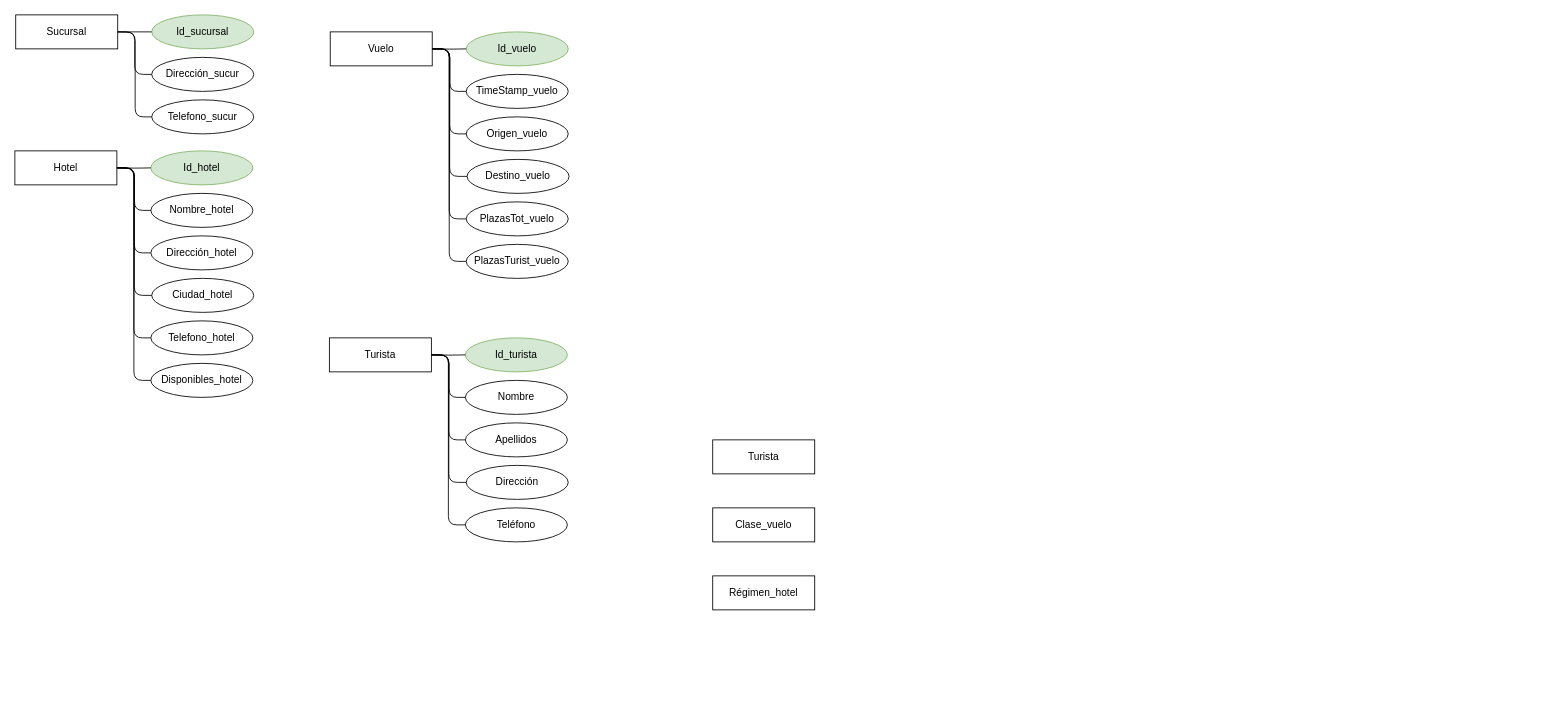
The draw.io diagram BBDD/TAREAS/TAREA 4/Tarea 4 .drawio in blascojavi/2019daw1, before the edit. Source tidied: cells renumbered, new cells numbered last; positions are measured from the earlier drawing's top-left corner, leaving out a move shared by most shapes. Both pictures are drawn from the tidied source at 85%, with x=0, y=0 at pixel (14, 14).
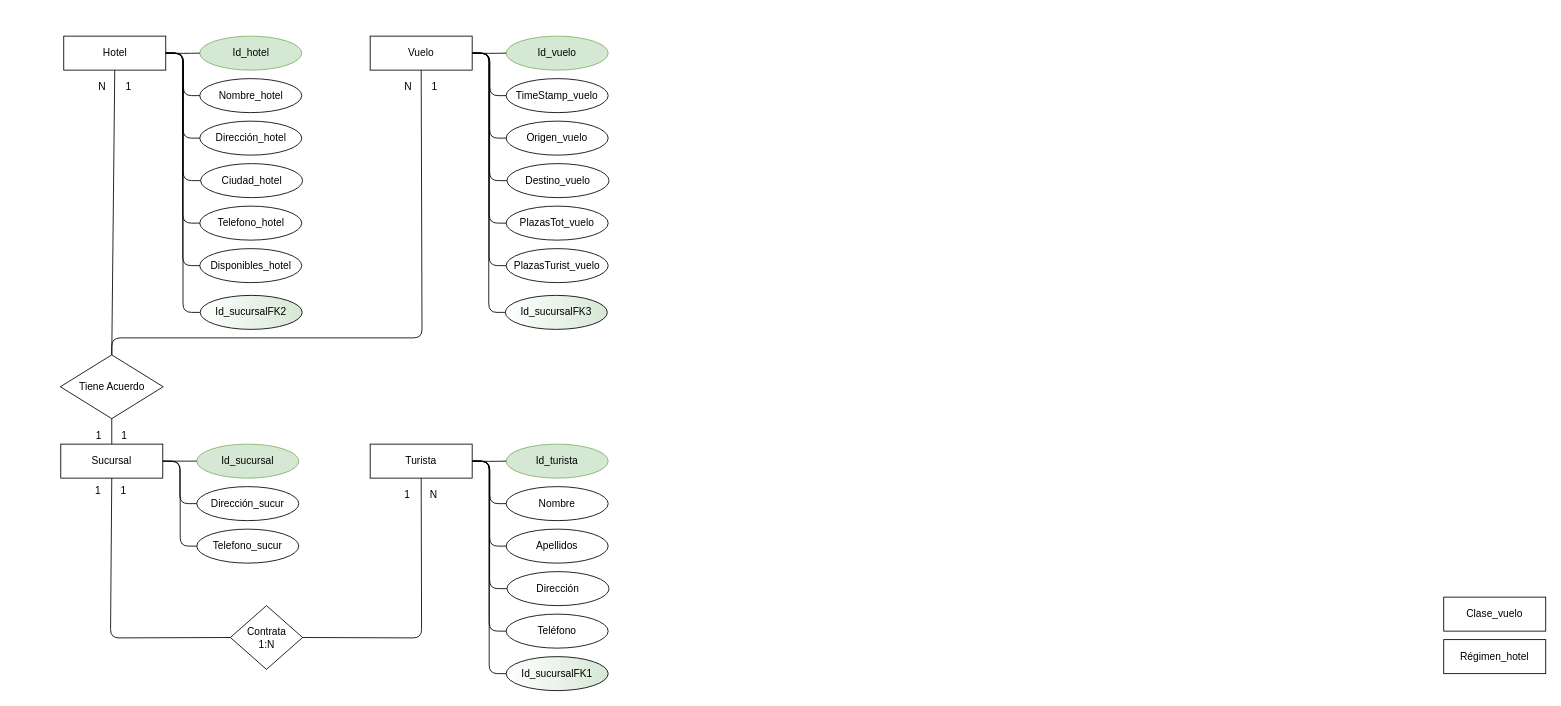
The same page after the edit.

Commit message:
Update continuando con relaciones Tarea 4 .drawio

Change to the diagram source:
```diff
@@
     <mxCell id="2" value="Sucursal" style="rounded=0;whiteSpace=wrap;html=1;" parent="1" vertex="1">
-      <mxGeometry x="1" width="120" height="40" as="geometry" />
+      <mxGeometry x="54" y="505" width="120" height="40" as="geometry" />
     </mxCell>
     <mxCell id="3" value="Hotel" style="rounded=0;whiteSpace=wrap;html=1;" parent="1" vertex="1">
-      <mxGeometry y="160" width="120" height="40" as="geometry" />
+      <mxGeometry x="57.5" y="25" width="120" height="40" as="geometry" />
     </mxCell>
-    <mxCell id="4" value="Turista" style="rounded=0;whiteSpace=wrap;html=1;" parent="1" vertex="1">
-      <mxGeometry x="821" y="500" width="120" height="40" as="geometry" />
-    </mxCell>
     <mxCell id="5" value="Clase_vuelo" style="rounded=0;whiteSpace=wrap;html=1;" parent="1" vertex="1">
-      <mxGeometry x="821" y="580" width="120" height="40" as="geometry" />
+      <mxGeometry x="1681" y="685" width="120" height="40" as="geometry" />
     </mxCell>
     <mxCell id="6" value="Régimen_hotel" style="rounded=0;whiteSpace=wrap;html=1;" parent="1" vertex="1">
-      <mxGeometry x="821" y="660" width="120" height="40" as="geometry" />
+      <mxGeometry x="1681" y="735" width="120" height="40" as="geometry" />
     </mxCell>
     <mxCell id="7" value="Id_sucursal" style="ellipse;whiteSpace=wrap;html=1;fillColor=#d5e8d4;strokeColor=#82b366;" parent="1" vertex="1">
-      <mxGeometry x="161" width="120" height="40" as="geometry" />
+      <mxGeometry x="214" y="505" width="120" height="40" as="geometry" />
     </mxCell>
     <mxCell id="8" value="Dirección_sucur" style="ellipse;whiteSpace=wrap;html=1;" parent="1" vertex="1">
-      <mxGeometry x="161" y="50" width="120" height="40" as="geometry" />
+      <mxGeometry x="214" y="555" width="120" height="40" as="geometry" />
     </mxCell>
     <mxCell id="9" value="Telefono_sucur" style="ellipse;whiteSpace=wrap;html=1;" parent="1" vertex="1">
-      <mxGeometry x="161" y="100" width="120" height="40" as="geometry" />
+      <mxGeometry x="214" y="605" width="120" height="40" as="geometry" />
     </mxCell>
@@
     <mxCell id="11" style="endArrow=none;html=1;edgeStyle=orthogonalEdgeStyle;entryX=0;entryY=0.5;entryDx=0;entryDy=0;" parent="1" edge="1" target="9">
       <mxGeometry relative="1" as="geometry">
-        <mxPoint x="121" y="20" as="sourcePoint" />
+        <mxPoint x="174" y="525" as="sourcePoint" />
       </mxGeometry>
     </mxCell>
@@
     <mxCell id="13" value="Id_hotel" style="ellipse;whiteSpace=wrap;html=1;fillColor=#d5e8d4;strokeColor=#82b366;" parent="1" vertex="1">
-      <mxGeometry x="160" y="160" width="120" height="40" as="geometry" />
+      <mxGeometry x="217.5" y="25" width="120" height="40" as="geometry" />
     </mxCell>
     <mxCell id="14" value="Nombre_hotel" style="ellipse;whiteSpace=wrap;html=1;" parent="1" vertex="1">
-      <mxGeometry x="160" y="210" width="120" height="40" as="geometry" />
+      <mxGeometry x="217.5" y="75" width="120" height="40" as="geometry" />
     </mxCell>
     <mxCell id="15" value="Dirección_hotel" style="ellipse;whiteSpace=wrap;html=1;" parent="1" vertex="1">
-      <mxGeometry x="160" y="260" width="120" height="40" as="geometry" />
+      <mxGeometry x="217.5" y="125" width="120" height="40" as="geometry" />
     </mxCell>
     <mxCell id="16" style="endArrow=none;html=1;edgeStyle=orthogonalEdgeStyle;exitX=1;exitY=0.5;exitDx=0;exitDy=0;entryX=0;entryY=0.5;entryDx=0;entryDy=0;" parent="1" edge="1" target="14">
       <mxGeometry relative="1" as="geometry">
-        <mxPoint x="120.4" y="179.9" as="sourcePoint" />
+        <mxPoint x="177.9" y="44.9" as="sourcePoint" />
       </mxGeometry>
     </mxCell>
     <mxCell id="17" style="endArrow=none;html=1;edgeStyle=orthogonalEdgeStyle;entryX=0;entryY=0.5;entryDx=0;entryDy=0;" parent="1" edge="1" target="15">
       <mxGeometry relative="1" as="geometry">
-        <mxPoint x="120" y="180" as="sourcePoint" />
+        <mxPoint x="177.5" y="45" as="sourcePoint" />
       </mxGeometry>
     </mxCell>
     <mxCell id="18" style="endArrow=none;html=1;edgeStyle=orthogonalEdgeStyle;exitX=1;exitY=0.5;exitDx=0;exitDy=0;entryX=0;entryY=0.5;entryDx=0;entryDy=0;" parent="1" edge="1" target="13">
       <mxGeometry relative="1" as="geometry">
-        <mxPoint x="120.4" y="179.9" as="sourcePoint" />
+        <mxPoint x="177.9" y="44.9" as="sourcePoint" />
       </mxGeometry>
     </mxCell>
     <mxCell id="19" value="Ciudad_hotel" style="ellipse;whiteSpace=wrap;html=1;" parent="1" vertex="1">
-      <mxGeometry x="161" y="310" width="120" height="40" as="geometry" />
+      <mxGeometry x="218.5" y="175" width="120" height="40" as="geometry" />
     </mxCell>
@@
     <mxCell id="21" value="Telefono_hotel" style="ellipse;whiteSpace=wrap;html=1;" parent="1" vertex="1">
-      <mxGeometry x="160" y="360" width="120" height="40" as="geometry" />
+      <mxGeometry x="217.5" y="225" width="120" height="40" as="geometry" />
     </mxCell>
@@
     <mxCell id="23" value="Disponibles_hotel" style="ellipse;whiteSpace=wrap;html=1;" parent="1" vertex="1">
-      <mxGeometry x="160" y="410" width="120" height="40" as="geometry" />
+      <mxGeometry x="217.5" y="275" width="120" height="40" as="geometry" />
     </mxCell>
@@
     <mxCell id="25" value="Vuelo" style="rounded=0;whiteSpace=wrap;html=1;" parent="1" vertex="1">
-      <mxGeometry x="371" y="20" width="120" height="40" as="geometry" />
+      <mxGeometry x="418" y="25" width="120" height="40" as="geometry" />
     </mxCell>
     <mxCell id="26" value="Id_vuelo" style="ellipse;whiteSpace=wrap;html=1;fillColor=#d5e8d4;strokeColor=#82b366;" parent="1" vertex="1">
-      <mxGeometry x="531" y="20" width="120" height="40" as="geometry" />
+      <mxGeometry x="578" y="25" width="120" height="40" as="geometry" />
     </mxCell>
     <mxCell id="27" value="TimeStamp_vuelo" style="ellipse;whiteSpace=wrap;html=1;" parent="1" vertex="1">
-      <mxGeometry x="531" y="70" width="120" height="40" as="geometry" />
+      <mxGeometry x="578" y="75" width="120" height="40" as="geometry" />
     </mxCell>
     <mxCell id="28" value="Origen_vuelo" style="ellipse;whiteSpace=wrap;html=1;" parent="1" vertex="1">
-      <mxGeometry x="531" y="120" width="120" height="40" as="geometry" />
+      <mxGeometry x="578" y="125" width="120" height="40" as="geometry" />
     </mxCell>
     <mxCell id="29" style="endArrow=none;html=1;edgeStyle=orthogonalEdgeStyle;exitX=1;exitY=0.5;exitDx=0;exitDy=0;entryX=0;entryY=0.5;entryDx=0;entryDy=0;" parent="1" edge="1" target="27">
       <mxGeometry relative="1" as="geometry">
-        <mxPoint x="491.4" y="39.9" as="sourcePoint" />
+        <mxPoint x="538.4" y="44.9" as="sourcePoint" />
       </mxGeometry>
     </mxCell>
     <mxCell id="30" style="endArrow=none;html=1;edgeStyle=orthogonalEdgeStyle;entryX=0;entryY=0.5;entryDx=0;entryDy=0;" parent="1" edge="1" target="28">
       <mxGeometry relative="1" as="geometry">
-        <mxPoint x="491" y="40" as="sourcePoint" />
+        <mxPoint x="538" y="45" as="sourcePoint" />
       </mxGeometry>
     </mxCell>
     <mxCell id="31" style="endArrow=none;html=1;edgeStyle=orthogonalEdgeStyle;exitX=1;exitY=0.5;exitDx=0;exitDy=0;entryX=0;entryY=0.5;entryDx=0;entryDy=0;" parent="1" edge="1" target="26">
       <mxGeometry relative="1" as="geometry">
-        <mxPoint x="491.4" y="39.9" as="sourcePoint" />
+        <mxPoint x="538.4" y="44.9" as="sourcePoint" />
       </mxGeometry>
     </mxCell>
     <mxCell id="32" value="Destino_vuelo" style="ellipse;whiteSpace=wrap;html=1;" parent="1" vertex="1">
-      <mxGeometry x="532" y="170" width="120" height="40" as="geometry" />
+      <mxGeometry x="579" y="175" width="120" height="40" as="geometry" />
     </mxCell>
@@
     <mxCell id="34" value="PlazasTot_vuelo" style="ellipse;whiteSpace=wrap;html=1;" parent="1" vertex="1">
-      <mxGeometry x="531" y="220" width="120" height="40" as="geometry" />
+      <mxGeometry x="578" y="225" width="120" height="40" as="geometry" />
     </mxCell>
@@
     <mxCell id="36" value="PlazasTurist_vuelo" style="ellipse;whiteSpace=wrap;html=1;" parent="1" vertex="1">
-      <mxGeometry x="531" y="270" width="120" height="40" as="geometry" />
+      <mxGeometry x="578" y="275" width="120" height="40" as="geometry" />
     </mxCell>
@@
     <mxCell id="38" value="Turista" style="rounded=0;whiteSpace=wrap;html=1;" parent="1" vertex="1">
-      <mxGeometry x="370" y="380" width="120" height="40" as="geometry" />
+      <mxGeometry x="418" y="505" width="120" height="40" as="geometry" />
     </mxCell>
     <mxCell id="39" value="Id_turista" style="ellipse;whiteSpace=wrap;html=1;fillColor=#d5e8d4;strokeColor=#82b366;" parent="1" vertex="1">
-      <mxGeometry x="530" y="380" width="120" height="40" as="geometry" />
+      <mxGeometry x="578" y="505" width="120" height="40" as="geometry" />
     </mxCell>
     <mxCell id="40" value="Nombre" style="ellipse;whiteSpace=wrap;html=1;" parent="1" vertex="1">
-      <mxGeometry x="530" y="430" width="120" height="40" as="geometry" />
+      <mxGeometry x="578" y="555" width="120" height="40" as="geometry" />
     </mxCell>
     <mxCell id="41" value="Apellidos" style="ellipse;whiteSpace=wrap;html=1;" parent="1" vertex="1">
-      <mxGeometry x="530" y="480" width="120" height="40" as="geometry" />
+      <mxGeometry x="578" y="605" width="120" height="40" as="geometry" />
     </mxCell>
     <mxCell id="42" style="endArrow=none;html=1;edgeStyle=orthogonalEdgeStyle;exitX=1;exitY=0.5;exitDx=0;exitDy=0;entryX=0;entryY=0.5;entryDx=0;entryDy=0;" parent="1" edge="1" target="40">
       <mxGeometry relative="1" as="geometry">
-        <mxPoint x="490.4" y="399.9" as="sourcePoint" />
+        <mxPoint x="538.4" y="524.9" as="sourcePoint" />
       </mxGeometry>
     </mxCell>
     <mxCell id="43" style="endArrow=none;html=1;edgeStyle=orthogonalEdgeStyle;entryX=0;entryY=0.5;entryDx=0;entryDy=0;" parent="1" edge="1" target="41">
       <mxGeometry relative="1" as="geometry">
-        <mxPoint x="490" y="400" as="sourcePoint" />
+        <mxPoint x="538" y="525" as="sourcePoint" />
       </mxGeometry>
     </mxCell>
     <mxCell id="44" style="endArrow=none;html=1;edgeStyle=orthogonalEdgeStyle;exitX=1;exitY=0.5;exitDx=0;exitDy=0;entryX=0;entryY=0.5;entryDx=0;entryDy=0;" parent="1" edge="1" target="39">
       <mxGeometry relative="1" as="geometry">
-        <mxPoint x="490.4" y="399.9" as="sourcePoint" />
+        <mxPoint x="538.4" y="524.9" as="sourcePoint" />
       </mxGeometry>
     </mxCell>
     <mxCell id="45" value="Dirección" style="ellipse;whiteSpace=wrap;html=1;" parent="1" vertex="1">
-      <mxGeometry x="531" y="530" width="120" height="40" as="geometry" />
+      <mxGeometry x="579" y="655" width="120" height="40" as="geometry" />
     </mxCell>
@@
     <mxCell id="47" value="Teléfono" style="ellipse;whiteSpace=wrap;html=1;" parent="1" vertex="1">
-      <mxGeometry x="530" y="580" width="120" height="40" as="geometry" />
+      <mxGeometry x="578" y="705" width="120" height="40" as="geometry" />
     </mxCell>
@@
+    <mxCell id="49" value="Contrata&lt;br&gt;1:N" style="rhombus;whiteSpace=wrap;html=1;" parent="1" vertex="1">
+      <mxGeometry x="253.5" y="695" width="85" height="75" as="geometry" />
+    </mxCell>
+    <mxCell id="50" style="endArrow=none;html=1;entryX=0;entryY=0.5;entryDx=0;entryDy=0;exitX=0.5;exitY=1;exitDx=0;exitDy=0;" parent="1" edge="1" source="2" target="49">
+      <mxGeometry relative="1" as="geometry">
+        <Array as="points">
+          <mxPoint x="112.5" y="733" />
+        </Array>
+      </mxGeometry>
+    </mxCell>
+    <mxCell id="51" style="endArrow=none;html=1;entryX=0.5;entryY=1;entryDx=0;entryDy=0;exitX=1;exitY=0.5;exitDx=0;exitDy=0;" parent="1" edge="1" source="49" target="38">
+      <mxGeometry relative="1" as="geometry">
+        <Array as="points">
+          <mxPoint x="478.5" y="733" />
+        </Array>
+      </mxGeometry>
+    </mxCell>
+    <mxCell id="52" value="1&amp;nbsp; &amp;nbsp; &amp;nbsp; &amp;nbsp;1" style="text;html=1;strokeColor=none;fillColor=none;align=center;verticalAlign=middle;whiteSpace=wrap;rounded=0;" parent="1" vertex="1">
+      <mxGeometry x="72.5" y="550" width="80" height="20" as="geometry" />
+    </mxCell>
+    <mxCell id="53" value="1&amp;nbsp; &amp;nbsp; &amp;nbsp; &amp;nbsp;N" style="text;html=1;strokeColor=none;fillColor=none;align=center;verticalAlign=middle;whiteSpace=wrap;rounded=0;" parent="1" vertex="1">
+      <mxGeometry x="437.5" y="555" width="80" height="20" as="geometry" />
+    </mxCell>
+    <mxCell id="54" value="Id_sucursalFK1" style="ellipse;whiteSpace=wrap;html=1;fillColor=#D5E8D4;strokeColor=#000000;gradientDirection=west;gradientColor=#ffffff;" parent="1" vertex="1">
+      <mxGeometry x="578" y="755" width="120" height="40" as="geometry" />
+    </mxCell>
+    <mxCell id="55" style="endArrow=none;html=1;edgeStyle=orthogonalEdgeStyle;entryX=0;entryY=0.5;entryDx=0;entryDy=0;exitX=1;exitY=0.5;exitDx=0;exitDy=0;" parent="1" edge="1" source="38" target="54">
+      <mxGeometry relative="1" as="geometry" />
+    </mxCell>
+    <mxCell id="56" style="endArrow=none;html=1;exitX=0.5;exitY=1;exitDx=0;exitDy=0;entryX=0.5;entryY=0;entryDx=0;entryDy=0;" parent="1" edge="1" source="3" target="58">
+      <mxGeometry relative="1" as="geometry" />
+    </mxCell>
+    <mxCell id="57" style="endArrow=none;html=1;exitX=0.5;exitY=1;exitDx=0;exitDy=0;entryX=0.5;entryY=0;entryDx=0;entryDy=0;" parent="1" edge="1" source="25" target="58">
+      <mxGeometry relative="1" as="geometry">
+        <Array as="points">
+          <mxPoint x="479" y="380" />
+          <mxPoint x="301" y="380" />
+          <mxPoint x="114" y="380" />
+        </Array>
+      </mxGeometry>
+    </mxCell>
+    <mxCell id="58" value="Tiene Acuerdo" style="rhombus;whiteSpace=wrap;html=1;" parent="1" vertex="1">
+      <mxGeometry x="53.5" y="400" width="121" height="75" as="geometry" />
+    </mxCell>
+    <mxCell id="59" style="endArrow=none;html=1;entryX=0.5;entryY=0;entryDx=0;entryDy=0;exitX=0.5;exitY=1;exitDx=0;exitDy=0;" parent="1" edge="1" source="58" target="2">
+      <mxGeometry relative="1" as="geometry" />
+    </mxCell>
+    <mxCell id="60" value="1&amp;nbsp; &amp;nbsp; &amp;nbsp; &amp;nbsp;1" style="text;html=1;strokeColor=none;fillColor=none;align=center;verticalAlign=middle;whiteSpace=wrap;rounded=0;" parent="1" vertex="1">
+      <mxGeometry x="74" y="485" width="80" height="20" as="geometry" />
+    </mxCell>
+    <mxCell id="61" value="N&amp;nbsp; &amp;nbsp; &amp;nbsp; &amp;nbsp;1" style="text;html=1;strokeColor=none;fillColor=none;align=center;verticalAlign=middle;whiteSpace=wrap;rounded=0;" parent="1" vertex="1">
+      <mxGeometry x="77.5" y="75" width="80" height="20" as="geometry" />
+    </mxCell>
+    <mxCell id="62" value="N&amp;nbsp; &amp;nbsp; &amp;nbsp; &amp;nbsp;1" style="text;html=1;strokeColor=none;fillColor=none;align=center;verticalAlign=middle;whiteSpace=wrap;rounded=0;" parent="1" vertex="1">
+      <mxGeometry x="437.5" y="75" width="80" height="20" as="geometry" />
+    </mxCell>
+    <mxCell id="63" value="Id_sucursalFK2" style="ellipse;whiteSpace=wrap;html=1;fillColor=#D5E8D4;strokeColor=#000000;gradientDirection=west;gradientColor=#ffffff;" parent="1" vertex="1">
+      <mxGeometry x="218" y="330" width="120" height="40" as="geometry" />
+    </mxCell>
+    <mxCell id="64" value="Id_sucursalFK3" style="ellipse;whiteSpace=wrap;html=1;fillColor=#D5E8D4;strokeColor=#000000;gradientDirection=west;gradientColor=#ffffff;" parent="1" vertex="1">
+      <mxGeometry x="577" y="330" width="120" height="40" as="geometry" />
+    </mxCell>
+    <mxCell id="65" style="endArrow=none;html=1;edgeStyle=orthogonalEdgeStyle;entryX=0;entryY=0.5;entryDx=0;entryDy=0;exitX=1;exitY=0.5;exitDx=0;exitDy=0;" parent="1" edge="1" source="3" target="63">
+      <mxGeometry relative="1" as="geometry" />
+    </mxCell>
+    <mxCell id="66" style="endArrow=none;html=1;edgeStyle=orthogonalEdgeStyle;entryX=0;entryY=0.5;entryDx=0;entryDy=0;exitX=1;exitY=0.5;exitDx=0;exitDy=0;" parent="1" edge="1" source="25" target="64">
+      <mxGeometry relative="1" as="geometry" />
+    </mxCell>
```
